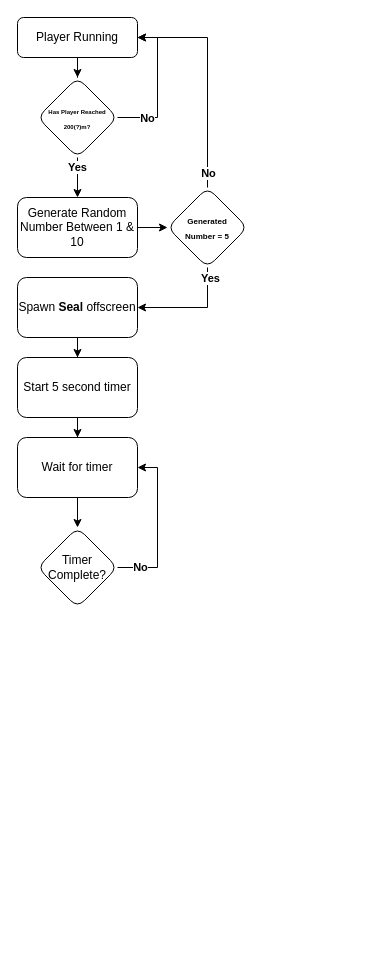
Before: SealBehaviour.drawio in PsychicHavocTV/CPPSideScroller, a draw.io diagram. Source tidied: cells renumbered, new cells numbered last; positions are measured from the earlier drawing's top-left corner, leaving out a move shared by most shapes. Both pictures are drawn from the tidied source at 100%, with x=0, y=0 at pixel (17, 17).
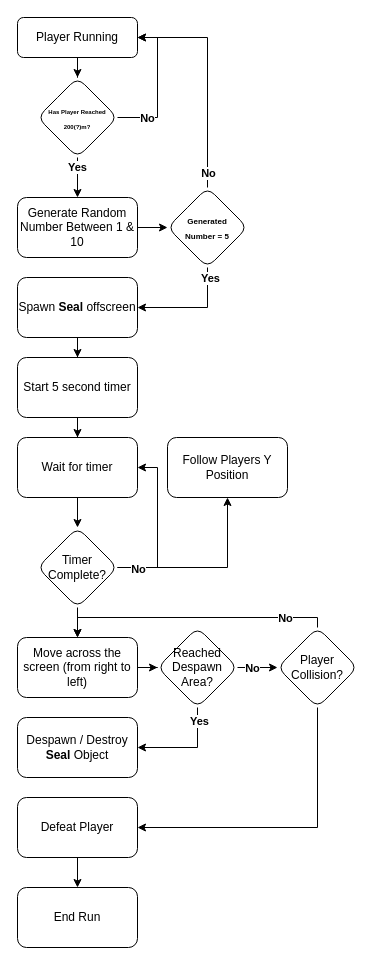
The same diagram, later.

Unchanged cells that the change refers to:
```xml
<mxCell id="22" style="edgeStyle=orthogonalEdgeStyle;rounded=0;jettySize=auto;html=1;entryX=1;entryY=0.5;entryDx=0;entryDy=0;" parent="1" edge="1" source="24" target="21">
  <mxGeometry relative="1" as="geometry">
    <Array as="points">
      <mxPoint x="140" y="550" />
      <mxPoint x="140" y="450" />
    </Array>
  </mxGeometry>
</mxCell>
<mxCell id="24" value="Timer Complete?" style="rhombus;whiteSpace=wrap;html=1;rounded=1;glass=0;strokeWidth=1;shadow=0;" parent="1" vertex="1">
  <mxGeometry x="20" y="510" width="80" height="80" as="geometry" />
</mxCell>
```

Diff of the diagram source:
```diff
@@
-    <mxCell id="23" value="&lt;b&gt;No&lt;/b&gt;" style="edgeLabel;html=1;align=center;verticalAlign=middle;" parent="22" vertex="1">
-      <mxGeometry x="-0.73" y="1" relative="1" as="geometry" />
-    </mxCell>
+    <mxCell id="25" style="edgeStyle=orthogonalEdgeStyle;rounded=0;jettySize=auto;html=1;" parent="1" edge="1" source="24" target="28">
+      <mxGeometry relative="1" as="geometry" />
+    </mxCell>
+    <mxCell id="26" value="&lt;b&gt;No&lt;/b&gt;" style="edgeLabel;html=1;align=center;verticalAlign=middle;" parent="25" vertex="1">
+      <mxGeometry x="-0.78" y="-1" relative="1" as="geometry" />
+    </mxCell>
+    <mxCell id="27" style="edgeStyle=orthogonalEdgeStyle;rounded=0;jettySize=auto;html=1;" parent="1" edge="1" source="24" target="30">
+      <mxGeometry relative="1" as="geometry" />
+    </mxCell>
@@
+    <mxCell id="28" value="Follow Players Y Position" style="whiteSpace=wrap;html=1;rounded=1;glass=0;strokeWidth=1;shadow=0;" parent="1" vertex="1">
+      <mxGeometry x="150" y="420" width="120" height="60" as="geometry" />
+    </mxCell>
+    <mxCell id="29" style="edgeStyle=orthogonalEdgeStyle;rounded=0;jettySize=auto;html=1;entryX=0;entryY=0.5;entryDx=0;entryDy=0;" parent="1" edge="1" source="30" target="39">
+      <mxGeometry relative="1" as="geometry" />
+    </mxCell>
+    <mxCell id="30" value="Move across the screen (from right to left)" style="whiteSpace=wrap;html=1;rounded=1;glass=0;strokeWidth=1;shadow=0;" parent="1" vertex="1">
+      <mxGeometry y="620" width="120" height="60" as="geometry" />
+    </mxCell>
+    <mxCell id="31" style="edgeStyle=orthogonalEdgeStyle;rounded=0;jettySize=auto;html=1;entryX=0.5;entryY=0;entryDx=0;entryDy=0;" parent="1" edge="1" source="34" target="30">
+      <mxGeometry relative="1" as="geometry">
+        <Array as="points">
+          <mxPoint x="300" y="600" />
+          <mxPoint x="60" y="600" />
+        </Array>
+      </mxGeometry>
+    </mxCell>
+    <mxCell id="32" value="&lt;b&gt;No&lt;/b&gt;" style="edgeLabel;html=1;align=center;verticalAlign=middle;" parent="31" vertex="1">
+      <mxGeometry x="-0.68" relative="1" as="geometry" />
+    </mxCell>
+    <mxCell id="33" style="edgeStyle=orthogonalEdgeStyle;rounded=0;jettySize=auto;html=1;" parent="1" edge="1" source="34" target="42">
+      <mxGeometry relative="1" as="geometry">
+        <Array as="points">
+          <mxPoint x="300" y="810" />
+        </Array>
+      </mxGeometry>
+    </mxCell>
+    <mxCell id="34" value="Player Collision?" style="rhombus;whiteSpace=wrap;html=1;rounded=1;glass=0;strokeWidth=1;shadow=0;" parent="1" vertex="1">
+      <mxGeometry x="260" y="610" width="80" height="80" as="geometry" />
+    </mxCell>
+    <mxCell id="35" style="edgeStyle=orthogonalEdgeStyle;rounded=0;jettySize=auto;html=1;entryX=1;entryY=0.5;entryDx=0;entryDy=0;" parent="1" edge="1" source="39" target="40">
+      <mxGeometry relative="1" as="geometry">
+        <Array as="points">
+          <mxPoint x="180" y="730" />
+        </Array>
+      </mxGeometry>
+    </mxCell>
+    <mxCell id="36" value="&lt;b&gt;Yes&lt;/b&gt;" style="edgeLabel;html=1;align=center;verticalAlign=middle;" parent="35" vertex="1">
+      <mxGeometry x="-0.75" y="1" relative="1" as="geometry" />
+    </mxCell>
+    <mxCell id="37" style="edgeStyle=orthogonalEdgeStyle;rounded=0;jettySize=auto;html=1;entryX=0;entryY=0.5;entryDx=0;entryDy=0;" parent="1" edge="1" source="39" target="34">
+      <mxGeometry relative="1" as="geometry" />
+    </mxCell>
+    <mxCell id="38" value="&lt;b&gt;No&lt;/b&gt;" style="edgeLabel;html=1;align=center;verticalAlign=middle;" parent="37" vertex="1">
+      <mxGeometry x="-0.28" relative="1" as="geometry" />
+    </mxCell>
+    <mxCell id="39" value="Reached Despawn Area?" style="rhombus;whiteSpace=wrap;html=1;rounded=1;glass=0;strokeWidth=1;shadow=0;" parent="1" vertex="1">
+      <mxGeometry x="140" y="610" width="80" height="80" as="geometry" />
+    </mxCell>
+    <mxCell id="40" value="Despawn / Destroy &lt;b&gt;Seal&amp;nbsp;&lt;/b&gt;Object" style="whiteSpace=wrap;html=1;rounded=1;glass=0;strokeWidth=1;shadow=0;" parent="1" vertex="1">
+      <mxGeometry y="700" width="120" height="60" as="geometry" />
+    </mxCell>
+    <mxCell id="41" style="edgeStyle=orthogonalEdgeStyle;rounded=0;jettySize=auto;html=1;" parent="1" edge="1" source="42" target="43">
+      <mxGeometry relative="1" as="geometry" />
+    </mxCell>
+    <mxCell id="42" value="Defeat Player" style="whiteSpace=wrap;html=1;rounded=1;glass=0;strokeWidth=1;shadow=0;" parent="1" vertex="1">
+      <mxGeometry y="780" width="120" height="60" as="geometry" />
+    </mxCell>
+    <mxCell id="43" value="End Run" style="whiteSpace=wrap;html=1;rounded=1;glass=0;strokeWidth=1;shadow=0;" parent="1" vertex="1">
+      <mxGeometry y="870" width="120" height="60" as="geometry" />
+    </mxCell>
```
